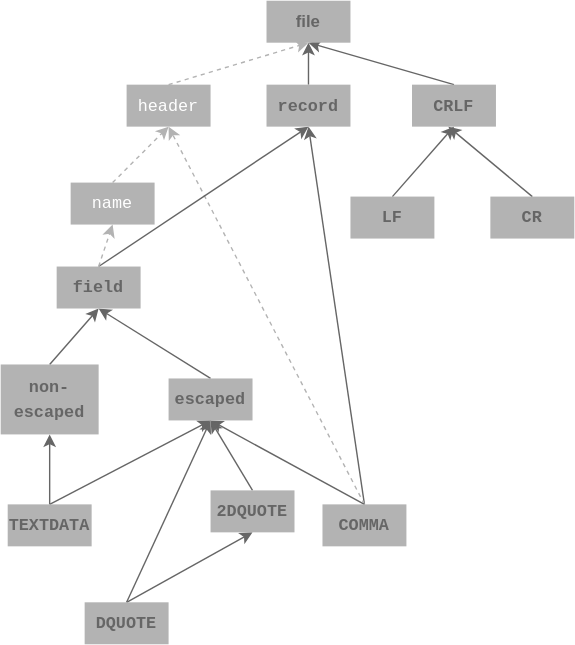
Earlier version of the draw.io export CSVParser/parsers-overview.drawio.svg (leanprover-community/lean4-samples). Source tidied: cells renumbered, new cells last; positions are measured from the earlier drawing's top-left corner, leaving out a move shared by most shapes.
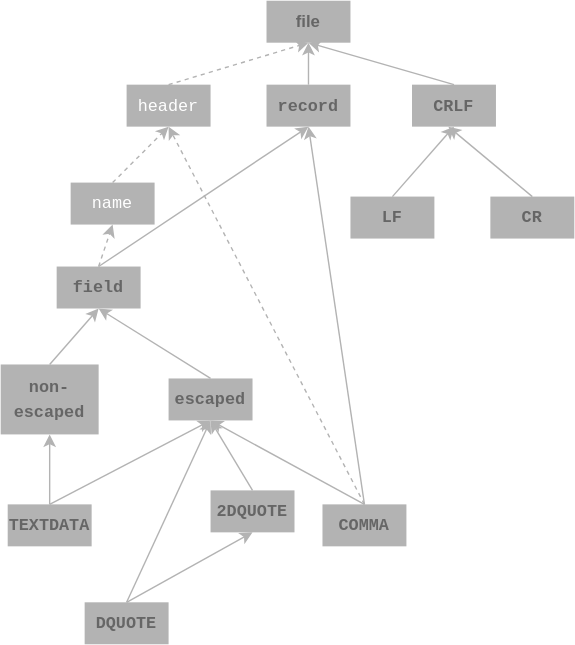
The same file after the commit.

Commit message:
fix: use lighter arrow color

Change to the diagram source:
```diff
@@ -2,7 +2,7 @@
   <root>
     <mxCell id="0" />
     <mxCell id="1" parent="0" />
-    <mxCell id="2" style="edgeStyle=none;html=1;exitX=0.5;exitY=0;exitDx=0;exitDy=0;fontColor=#999999;strokeColor=#666666;labelBackgroundColor=none;" parent="1" edge="1" source="3">
+    <mxCell id="2" style="edgeStyle=none;html=1;exitX=0.5;exitY=0;exitDx=0;exitDy=0;fontColor=#E6E6E6;strokeColor=#B3B3B3;labelBackgroundColor=none;" parent="1" edge="1" source="3">
       <mxGeometry relative="1" as="geometry">
         <mxPoint x="220" y="30" as="targetPoint" />
       </mxGeometry>
@@ -10,31 +10,31 @@
     <mxCell id="3" value="&lt;div style=&quot;font-family: menlo, monaco, &amp;quot;courier new&amp;quot;, monospace; line-height: 18px;&quot;&gt;&lt;div style=&quot;font-family: &amp;quot;menlo&amp;quot; , &amp;quot;monaco&amp;quot; , &amp;quot;courier new&amp;quot; , monospace ; line-height: 18px&quot;&gt;CRLF&lt;/div&gt;&lt;/div&gt;" style="rounded=0;whiteSpace=wrap;html=1;fontColor=#666666;strokeColor=none;fillColor=#B3B3B3;labelBackgroundColor=none;fontStyle=1;" parent="1" vertex="1">
       <mxGeometry x="294" y="60" width="60" height="30" as="geometry" />
     </mxCell>
-    <mxCell id="4" style="edgeStyle=none;html=1;exitX=0.5;exitY=0;exitDx=0;exitDy=0;entryX=0.5;entryY=1;entryDx=0;entryDy=0;strokeColor=#666666;labelBackgroundColor=none;fontColor=#999999;" parent="1" edge="1" source="7" target="18">
+    <mxCell id="4" style="edgeStyle=none;html=1;exitX=0.5;exitY=0;exitDx=0;exitDy=0;entryX=0.5;entryY=1;entryDx=0;entryDy=0;strokeColor=#B3B3B3;labelBackgroundColor=none;fontColor=#E6E6E6;" parent="1" edge="1" source="7" target="18">
       <mxGeometry relative="1" as="geometry" />
     </mxCell>
     <mxCell id="5" style="edgeStyle=none;html=1;exitX=0.5;exitY=0;exitDx=0;exitDy=0;entryX=0.5;entryY=1;entryDx=0;entryDy=0;fontColor=#666666;strokeColor=#B3B3B3;labelBackgroundColor=none;dashed=1;" parent="1" edge="1" source="7" target="21">
       <mxGeometry relative="1" as="geometry" />
     </mxCell>
-    <mxCell id="6" style="edgeStyle=none;html=1;exitX=0.5;exitY=0;exitDx=0;exitDy=0;entryX=0.5;entryY=1;entryDx=0;entryDy=0;fontColor=#999999;strokeColor=#666666;labelBackgroundColor=none;" parent="1" edge="1" source="7" target="11">
+    <mxCell id="6" style="edgeStyle=none;html=1;exitX=0.5;exitY=0;exitDx=0;exitDy=0;entryX=0.5;entryY=1;entryDx=0;entryDy=0;fontColor=#E6E6E6;strokeColor=#B3B3B3;labelBackgroundColor=none;" parent="1" edge="1" source="7" target="11">
       <mxGeometry relative="1" as="geometry" />
     </mxCell>
     <mxCell id="7" value="&lt;div style=&quot;font-family: menlo, monaco, &amp;quot;courier new&amp;quot;, monospace; line-height: 18px;&quot;&gt;COMMA&lt;/div&gt;" style="rounded=0;whiteSpace=wrap;html=1;fontColor=#666666;strokeColor=none;fillColor=#B3B3B3;labelBackgroundColor=none;fontStyle=1;" parent="1" vertex="1">
       <mxGeometry x="230" y="360" width="60" height="30" as="geometry" />
     </mxCell>
-    <mxCell id="8" style="edgeStyle=none;html=1;exitX=0.5;exitY=0;exitDx=0;exitDy=0;entryX=0.5;entryY=1;entryDx=0;entryDy=0;fontColor=#999999;strokeColor=#666666;labelBackgroundColor=none;" parent="1" edge="1" source="9" target="14">
+    <mxCell id="8" style="edgeStyle=none;html=1;exitX=0.5;exitY=0;exitDx=0;exitDy=0;entryX=0.5;entryY=1;entryDx=0;entryDy=0;fontColor=#E6E6E6;strokeColor=#B3B3B3;labelBackgroundColor=none;" parent="1" edge="1" source="9" target="14">
       <mxGeometry relative="1" as="geometry" />
     </mxCell>
     <mxCell id="9" value="&lt;div style=&quot;font-family: menlo, monaco, &amp;quot;courier new&amp;quot;, monospace; line-height: 18px;&quot;&gt;non-escaped&lt;/div&gt;" style="rounded=0;whiteSpace=wrap;html=1;fontColor=#666666;strokeColor=none;fillColor=#B3B3B3;labelBackgroundColor=none;fontStyle=1;" parent="1" vertex="1">
       <mxGeometry y="260" width="70" height="50" as="geometry" />
     </mxCell>
-    <mxCell id="10" style="edgeStyle=none;html=1;exitX=0.5;exitY=0;exitDx=0;exitDy=0;entryX=0.5;entryY=1;entryDx=0;entryDy=0;fontColor=#999999;strokeColor=#666666;labelBackgroundColor=none;" parent="1" edge="1" source="11" target="14">
+    <mxCell id="10" style="edgeStyle=none;html=1;exitX=0.5;exitY=0;exitDx=0;exitDy=0;entryX=0.5;entryY=1;entryDx=0;entryDy=0;fontColor=#E6E6E6;strokeColor=#B3B3B3;labelBackgroundColor=none;" parent="1" edge="1" source="11" target="14">
       <mxGeometry relative="1" as="geometry" />
     </mxCell>
     <mxCell id="11" value="&lt;div style=&quot;font-family: menlo, monaco, &amp;quot;courier new&amp;quot;, monospace; line-height: 18px;&quot;&gt;escaped&lt;/div&gt;" style="rounded=0;whiteSpace=wrap;html=1;fontColor=#666666;strokeColor=none;fillColor=#B3B3B3;labelBackgroundColor=none;fontStyle=1;" parent="1" vertex="1">
       <mxGeometry x="120" y="270" width="60" height="30" as="geometry" />
     </mxCell>
-    <mxCell id="12" style="edgeStyle=none;html=1;exitX=0.5;exitY=0;exitDx=0;exitDy=0;entryX=0.5;entryY=1;entryDx=0;entryDy=0;fontColor=#999999;strokeColor=#666666;labelBackgroundColor=none;" parent="1" edge="1" source="14" target="18">
+    <mxCell id="12" style="edgeStyle=none;html=1;exitX=0.5;exitY=0;exitDx=0;exitDy=0;entryX=0.5;entryY=1;entryDx=0;entryDy=0;fontColor=#E6E6E6;strokeColor=#B3B3B3;labelBackgroundColor=none;" parent="1" edge="1" source="14" target="18">
       <mxGeometry relative="1" as="geometry" />
     </mxCell>
     <mxCell id="13" style="edgeStyle=none;html=1;exitX=0.5;exitY=0;exitDx=0;exitDy=0;entryX=0.5;entryY=1;entryDx=0;entryDy=0;strokeColor=#B3B3B3;labelBackgroundColor=none;dashed=1;" parent="1" edge="1" source="14" target="16">
@@ -49,7 +49,7 @@
     <mxCell id="16" value="&lt;div style=&quot;font-family: menlo, monaco, &amp;quot;courier new&amp;quot;, monospace; line-height: 18px;&quot;&gt;name&lt;/div&gt;" style="rounded=0;whiteSpace=wrap;html=1;fontColor=#FFFFFF;strokeColor=none;fillColor=#B3B3B3;labelBackgroundColor=none;fontStyle=0;" parent="1" vertex="1">
       <mxGeometry x="50" y="130" width="60" height="30" as="geometry" />
     </mxCell>
-    <mxCell id="17" style="edgeStyle=none;html=1;exitX=0.5;exitY=0;exitDx=0;exitDy=0;entryX=0.5;entryY=1;entryDx=0;entryDy=0;strokeColor=#666666;labelBackgroundColor=none;fontColor=#999999;" parent="1" edge="1" source="18" target="19">
+    <mxCell id="17" style="edgeStyle=none;html=1;exitX=0.5;exitY=0;exitDx=0;exitDy=0;entryX=0.5;entryY=1;entryDx=0;entryDy=0;strokeColor=#B3B3B3;labelBackgroundColor=none;fontColor=#E6E6E6;" parent="1" edge="1" source="18" target="19">
       <mxGeometry relative="1" as="geometry" />
     </mxCell>
     <mxCell id="18" value="&lt;div style=&quot;font-family: menlo, monaco, &amp;quot;courier new&amp;quot;, monospace; line-height: 18px;&quot;&gt;record&lt;/div&gt;" style="rounded=0;whiteSpace=wrap;html=1;fontColor=#666666;strokeColor=none;fillColor=#B3B3B3;labelBackgroundColor=none;fontStyle=1;" parent="1" vertex="1">
@@ -64,31 +64,31 @@
     <mxCell id="21" value="&lt;div style=&quot;font-family: menlo, monaco, &amp;quot;courier new&amp;quot;, monospace; line-height: 18px;&quot;&gt;header&lt;/div&gt;" style="rounded=0;whiteSpace=wrap;html=1;fontColor=#FFFFFF;strokeColor=none;fillColor=#B3B3B3;labelBackgroundColor=none;fontStyle=0;" parent="1" vertex="1">
       <mxGeometry x="90" y="60" width="60" height="30" as="geometry" />
     </mxCell>
-    <mxCell id="22" style="edgeStyle=none;html=1;exitX=0.5;exitY=0;exitDx=0;exitDy=0;entryX=0.5;entryY=1;entryDx=0;entryDy=0;fontColor=#999999;strokeColor=#666666;labelBackgroundColor=none;" parent="1" edge="1" source="23" target="3">
+    <mxCell id="22" style="edgeStyle=none;html=1;exitX=0.5;exitY=0;exitDx=0;exitDy=0;entryX=0.5;entryY=1;entryDx=0;entryDy=0;fontColor=#E6E6E6;strokeColor=#B3B3B3;labelBackgroundColor=none;" parent="1" edge="1" source="23" target="3">
       <mxGeometry relative="1" as="geometry" />
     </mxCell>
     <mxCell id="23" value="&lt;div style=&quot;font-family: menlo, monaco, &amp;quot;courier new&amp;quot;, monospace; line-height: 18px;&quot;&gt;&lt;div style=&quot;font-family: &amp;quot;menlo&amp;quot; , &amp;quot;monaco&amp;quot; , &amp;quot;courier new&amp;quot; , monospace ; line-height: 18px&quot;&gt;LF&lt;/div&gt;&lt;/div&gt;" style="rounded=0;whiteSpace=wrap;html=1;fontColor=#666666;strokeColor=none;fillColor=#B3B3B3;labelBackgroundColor=none;fontStyle=1;" parent="1" vertex="1">
       <mxGeometry x="250" y="140" width="60" height="30" as="geometry" />
     </mxCell>
-    <mxCell id="24" style="edgeStyle=none;html=1;exitX=0.5;exitY=0;exitDx=0;exitDy=0;entryX=0.5;entryY=1;entryDx=0;entryDy=0;fontColor=#999999;strokeColor=#666666;labelBackgroundColor=none;" parent="1" edge="1" source="26" target="11">
+    <mxCell id="24" style="edgeStyle=none;html=1;exitX=0.5;exitY=0;exitDx=0;exitDy=0;entryX=0.5;entryY=1;entryDx=0;entryDy=0;fontColor=#E6E6E6;strokeColor=#B3B3B3;labelBackgroundColor=none;" parent="1" edge="1" source="26" target="11">
       <mxGeometry relative="1" as="geometry" />
     </mxCell>
-    <mxCell id="25" style="edgeStyle=none;html=1;exitX=0.5;exitY=0;exitDx=0;exitDy=0;entryX=0.5;entryY=1;entryDx=0;entryDy=0;fontColor=#999999;strokeColor=#666666;labelBackgroundColor=none;" parent="1" edge="1" source="26" target="33">
+    <mxCell id="25" style="edgeStyle=none;html=1;exitX=0.5;exitY=0;exitDx=0;exitDy=0;entryX=0.5;entryY=1;entryDx=0;entryDy=0;fontColor=#E6E6E6;strokeColor=#B3B3B3;labelBackgroundColor=none;" parent="1" edge="1" source="26" target="33">
       <mxGeometry relative="1" as="geometry" />
     </mxCell>
     <mxCell id="26" value="&lt;div style=&quot;font-family: menlo, monaco, &amp;quot;courier new&amp;quot;, monospace; line-height: 18px;&quot;&gt;&lt;div style=&quot;font-family: &amp;quot;menlo&amp;quot; , &amp;quot;monaco&amp;quot; , &amp;quot;courier new&amp;quot; , monospace ; line-height: 18px&quot;&gt;DQUOTE&lt;/div&gt;&lt;/div&gt;" style="rounded=0;whiteSpace=wrap;html=1;fontColor=#666666;strokeColor=none;fillColor=#B3B3B3;labelBackgroundColor=none;fontStyle=1;" parent="1" vertex="1">
       <mxGeometry x="60" y="430" width="60" height="30" as="geometry" />
     </mxCell>
-    <mxCell id="27" style="edgeStyle=none;html=1;exitX=0.5;exitY=0;exitDx=0;exitDy=0;entryX=0.5;entryY=1;entryDx=0;entryDy=0;fontColor=#999999;strokeColor=#666666;labelBackgroundColor=none;" parent="1" edge="1" source="29" target="11">
+    <mxCell id="27" style="edgeStyle=none;html=1;exitX=0.5;exitY=0;exitDx=0;exitDy=0;entryX=0.5;entryY=1;entryDx=0;entryDy=0;fontColor=#E6E6E6;strokeColor=#B3B3B3;labelBackgroundColor=none;" parent="1" edge="1" source="29" target="11">
       <mxGeometry relative="1" as="geometry" />
     </mxCell>
-    <mxCell id="28" style="edgeStyle=none;html=1;exitX=0.5;exitY=0;exitDx=0;exitDy=0;entryX=0.5;entryY=1;entryDx=0;entryDy=0;fontColor=#999999;strokeColor=#666666;labelBackgroundColor=none;" parent="1" edge="1" source="29" target="9">
+    <mxCell id="28" style="edgeStyle=none;html=1;exitX=0.5;exitY=0;exitDx=0;exitDy=0;entryX=0.5;entryY=1;entryDx=0;entryDy=0;fontColor=#E6E6E6;strokeColor=#B3B3B3;labelBackgroundColor=none;" parent="1" edge="1" source="29" target="9">
       <mxGeometry relative="1" as="geometry" />
     </mxCell>
     <mxCell id="29" value="&lt;div style=&quot;font-family: menlo, monaco, &amp;quot;courier new&amp;quot;, monospace; line-height: 18px;&quot;&gt;&lt;div style=&quot;font-family: &amp;quot;menlo&amp;quot; , &amp;quot;monaco&amp;quot; , &amp;quot;courier new&amp;quot; , monospace ; line-height: 18px&quot;&gt;&lt;div style=&quot;font-family: &amp;quot;menlo&amp;quot; , &amp;quot;monaco&amp;quot; , &amp;quot;courier new&amp;quot; , monospace ; line-height: 18px&quot;&gt;TEXTDATA&lt;/div&gt;&lt;/div&gt;&lt;/div&gt;" style="rounded=0;whiteSpace=wrap;html=1;fontColor=#666666;strokeColor=none;fillColor=#B3B3B3;labelBackgroundColor=none;fontStyle=1;" parent="1" vertex="1">
       <mxGeometry x="5" y="360" width="60" height="30" as="geometry" />
     </mxCell>
-    <mxCell id="30" style="edgeStyle=none;html=1;exitX=0.5;exitY=0;exitDx=0;exitDy=0;fontColor=#999999;strokeColor=#666666;labelBackgroundColor=none;" parent="1" edge="1" source="31">
+    <mxCell id="30" style="edgeStyle=none;html=1;exitX=0.5;exitY=0;exitDx=0;exitDy=0;fontColor=#E6E6E6;strokeColor=#B3B3B3;labelBackgroundColor=none;" parent="1" edge="1" source="31">
       <mxGeometry relative="1" as="geometry">
         <mxPoint x="320" y="90" as="targetPoint" />
       </mxGeometry>
@@ -96,7 +96,7 @@
     <mxCell id="31" value="&lt;div style=&quot;font-family: menlo, monaco, &amp;quot;courier new&amp;quot;, monospace; line-height: 18px;&quot;&gt;&lt;div style=&quot;font-family: &amp;quot;menlo&amp;quot; , &amp;quot;monaco&amp;quot; , &amp;quot;courier new&amp;quot; , monospace ; line-height: 18px&quot;&gt;CR&lt;/div&gt;&lt;/div&gt;" style="rounded=0;whiteSpace=wrap;html=1;fontColor=#666666;strokeColor=none;fillColor=#B3B3B3;labelBackgroundColor=none;fontStyle=1;" parent="1" vertex="1">
       <mxGeometry x="350" y="140" width="60" height="30" as="geometry" />
     </mxCell>
-    <mxCell id="32" style="edgeStyle=none;html=1;exitX=0.5;exitY=0;exitDx=0;exitDy=0;entryX=0.5;entryY=1;entryDx=0;entryDy=0;fontColor=#999999;strokeColor=#666666;labelBackgroundColor=none;" parent="1" edge="1" source="33" target="11">
+    <mxCell id="32" style="edgeStyle=none;html=1;exitX=0.5;exitY=0;exitDx=0;exitDy=0;entryX=0.5;entryY=1;entryDx=0;entryDy=0;fontColor=#E6E6E6;strokeColor=#B3B3B3;labelBackgroundColor=none;" parent="1" edge="1" source="33" target="11">
       <mxGeometry relative="1" as="geometry" />
     </mxCell>
     <mxCell id="33" value="&lt;div style=&quot;font-family: menlo, monaco, &amp;quot;courier new&amp;quot;, monospace; line-height: 18px;&quot;&gt;&lt;div style=&quot;font-family: &amp;quot;menlo&amp;quot; , &amp;quot;monaco&amp;quot; , &amp;quot;courier new&amp;quot; , monospace ; line-height: 18px&quot;&gt;2DQUOTE&lt;/div&gt;&lt;/div&gt;" style="rounded=0;whiteSpace=wrap;html=1;fontColor=#666666;strokeColor=none;fillColor=#B3B3B3;labelBackgroundColor=none;fontStyle=1;" parent="1" vertex="1">
```
